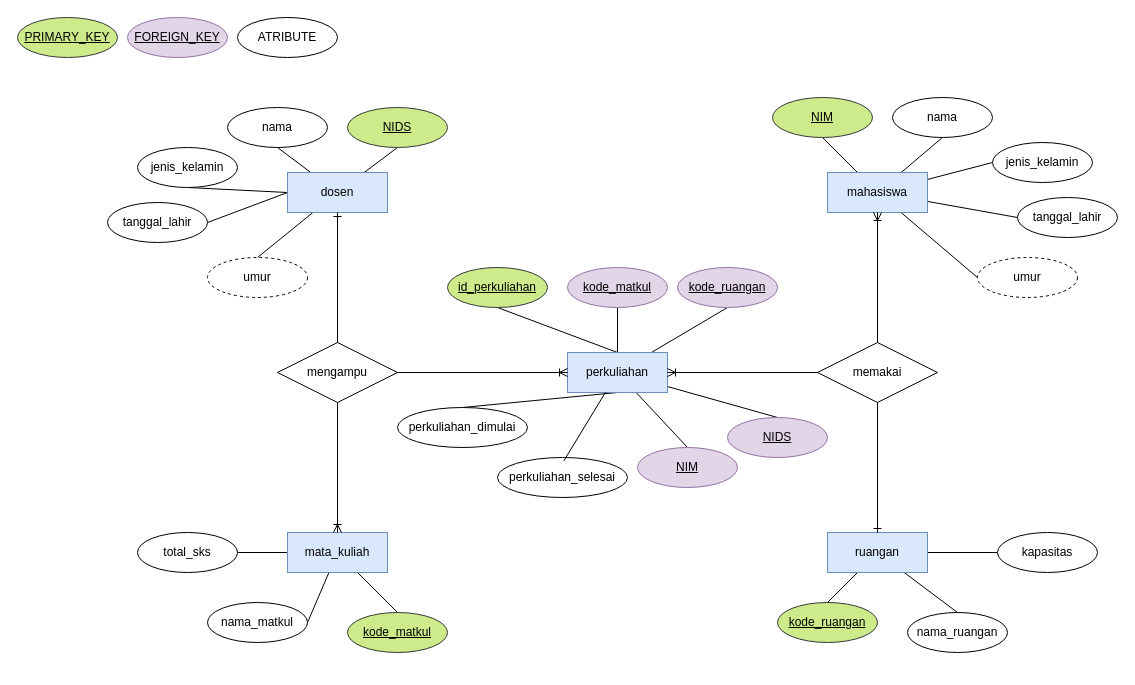
Above: revisi erd perkuliahan.drawio in dhendisyafaa/drawio (draw.io), before the change. Source tidied: cells renumbered, new cells numbered last; positions are measured from the earlier drawing's top-left corner, leaving out a move shared by most shapes. Both pictures are drawn from the tidied source at 100%, with x=0, y=0 at pixel (17, 17).
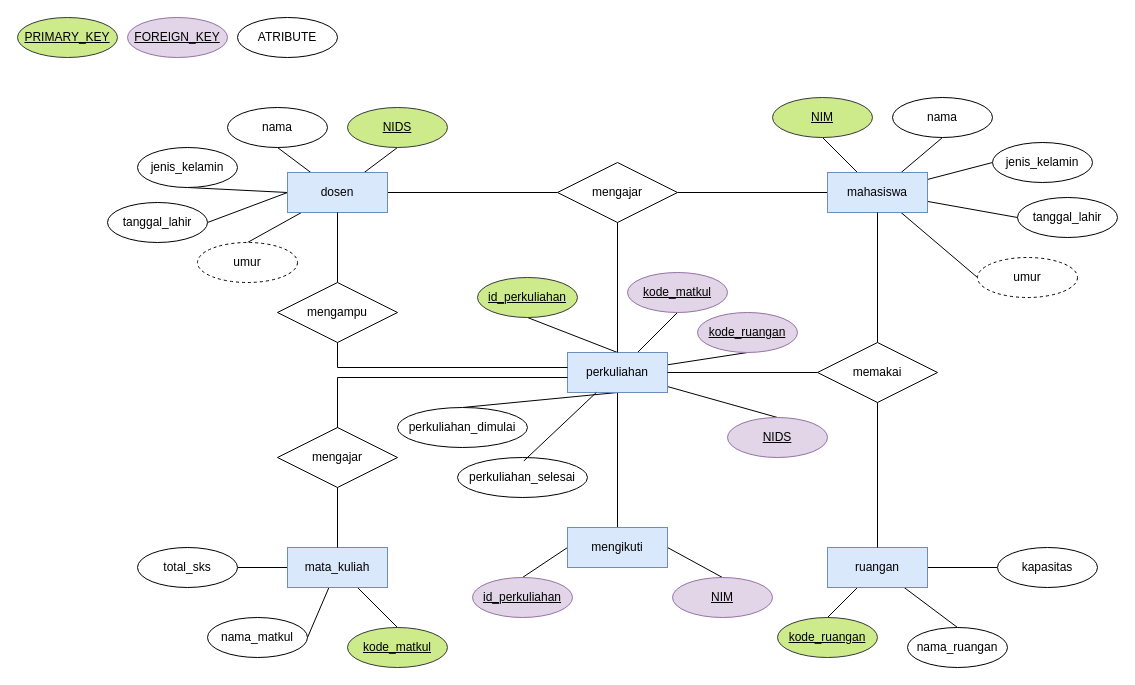
After the change.

The change refers to these unchanged cells:
```xml
<mxCell id="7" value="mahasiswa" style="whiteSpace=wrap;html=1;align=center;fillColor=#dae8fc;strokeColor=#6c8ebf;" parent="1" vertex="1">
  <mxGeometry x="810" y="155" width="100" height="40" as="geometry" />
</mxCell>
<mxCell id="17" value="dosen" style="whiteSpace=wrap;html=1;align=center;fillColor=#dae8fc;strokeColor=#6c8ebf;" parent="1" vertex="1">
  <mxGeometry x="270" y="155" width="100" height="40" as="geometry" />
</mxCell>
<mxCell id="37" value="memakai" style="shape=rhombus;perimeter=rhombusPerimeter;whiteSpace=wrap;html=1;align=center;" parent="1" vertex="1">
  <mxGeometry x="800" y="325" width="120" height="60" as="geometry" />
</mxCell>
<mxCell id="45" value="perkuliahan" style="whiteSpace=wrap;html=1;align=center;fillColor=#dae8fc;strokeColor=#6c8ebf;" parent="1" vertex="1">
  <mxGeometry x="550" y="335" width="100" height="40" as="geometry" />
</mxCell>
```

What changed in the source:
```diff
@@
+    <mxCell id="64" style="edgeStyle=orthogonalEdgeStyle;rounded=0;jettySize=auto;html=1;entryX=1;entryY=0.5;entryDx=0;entryDy=0;endArrow=none;startFill=0;" parent="1" edge="1" source="7" target="68">
+      <mxGeometry relative="1" as="geometry" />
+    </mxCell>
@@
+    <mxCell id="65" style="edgeStyle=orthogonalEdgeStyle;rounded=0;jettySize=auto;html=1;entryX=0;entryY=0.5;entryDx=0;entryDy=0;endArrow=none;startFill=0;" parent="1" edge="1" source="17" target="68">
+      <mxGeometry relative="1" as="geometry" />
+    </mxCell>
@@
     <mxCell id="25" value="mata_kuliah" style="whiteSpace=wrap;html=1;align=center;fillColor=#dae8fc;strokeColor=#6c8ebf;" parent="1" vertex="1">
-      <mxGeometry x="270" y="515" width="100" height="40" as="geometry" />
+      <mxGeometry x="270" y="530" width="100" height="40" as="geometry" />
     </mxCell>
     <mxCell id="26" value="nama_matkul" style="ellipse;whiteSpace=wrap;html=1;align=center;" parent="1" vertex="1">
-      <mxGeometry x="190" y="585" width="100" height="40" as="geometry" />
+      <mxGeometry x="190" y="600" width="100" height="40" as="geometry" />
     </mxCell>
     <mxCell id="27" value="kode_matkul" style="ellipse;whiteSpace=wrap;html=1;align=center;fontStyle=4;fillColor=#cdeb8b;strokeColor=#36393d;" parent="1" vertex="1">
-      <mxGeometry x="330" y="595" width="100" height="40" as="geometry" />
+      <mxGeometry x="330" y="610" width="100" height="40" as="geometry" />
     </mxCell>
     <mxCell id="28" value="total_sks" style="ellipse;whiteSpace=wrap;html=1;align=center;" parent="1" vertex="1">
-      <mxGeometry x="120" y="515" width="100" height="40" as="geometry" />
+      <mxGeometry x="120" y="530" width="100" height="40" as="geometry" />
     </mxCell>
@@
     <mxCell id="32" value="ruangan" style="whiteSpace=wrap;html=1;align=center;fillColor=#dae8fc;strokeColor=#6c8ebf;" parent="1" vertex="1">
-      <mxGeometry x="810" y="515" width="100" height="40" as="geometry" />
+      <mxGeometry x="810" y="530" width="100" height="40" as="geometry" />
     </mxCell>
     <mxCell id="33" value="kode_ruangan" style="ellipse;whiteSpace=wrap;html=1;align=center;fontStyle=4;fillColor=#cdeb8b;strokeColor=#36393d;" parent="1" vertex="1">
-      <mxGeometry x="760" y="585" width="100" height="40" as="geometry" />
+      <mxGeometry x="760" y="600" width="100" height="40" as="geometry" />
     </mxCell>
     <mxCell id="34" value="nama_ruangan" style="ellipse;whiteSpace=wrap;html=1;align=center;" parent="1" vertex="1">
-      <mxGeometry x="890" y="595" width="100" height="40" as="geometry" />
+      <mxGeometry x="890" y="610" width="100" height="40" as="geometry" />
     </mxCell>
     <mxCell id="35" value="kapasitas" style="ellipse;whiteSpace=wrap;html=1;align=center;" parent="1" vertex="1">
-      <mxGeometry x="980" y="515" width="100" height="40" as="geometry" />
+      <mxGeometry x="980" y="530" width="100" height="40" as="geometry" />
     </mxCell>
@@
-    <mxCell id="38" value="mengampu" style="shape=rhombus;perimeter=rhombusPerimeter;whiteSpace=wrap;html=1;align=center;" parent="1" vertex="1">
-      <mxGeometry x="260" y="325" width="120" height="60" as="geometry" />
+    <mxCell id="38" value="mengajar" style="shape=rhombus;perimeter=rhombusPerimeter;whiteSpace=wrap;html=1;align=center;" parent="1" vertex="1">
+      <mxGeometry x="260" y="410" width="120" height="60" as="geometry" />
     </mxCell>
@@
-    <mxCell id="41" style="rounded=0;jettySize=auto;html=1;entryX=0.5;entryY=0;entryDx=0;entryDy=0;endArrow=none;startFill=0;" parent="1" edge="1" source="45" target="48">
+    <mxCell id="41" style="rounded=0;jettySize=auto;html=1;entryX=0.5;entryY=0;entryDx=0;entryDy=0;endArrow=none;startFill=0;exitX=1;exitY=0.5;exitDx=0;exitDy=0;" parent="1" edge="1" source="72" target="48">
       <mxGeometry relative="1" as="geometry" />
     </mxCell>
@@
+    <mxCell id="66" style="edgeStyle=orthogonalEdgeStyle;rounded=0;jettySize=auto;html=1;endArrow=none;startFill=0;" parent="1" edge="1" source="45" target="72">
+      <mxGeometry relative="1" as="geometry" />
+    </mxCell>
@@
     <mxCell id="46" value="id_perkuliahan" style="ellipse;whiteSpace=wrap;html=1;align=center;fontStyle=4;fillColor=#cdeb8b;strokeColor=#36393d;" parent="1" vertex="1">
-      <mxGeometry x="430" y="250" width="100" height="40" as="geometry" />
+      <mxGeometry x="460" y="260" width="100" height="40" as="geometry" />
     </mxCell>
     <mxCell id="47" value="kode_matkul" style="ellipse;whiteSpace=wrap;html=1;align=center;fillColor=#e1d5e7;strokeColor=#9673a6;fontStyle=4;" parent="1" vertex="1">
-      <mxGeometry x="550" y="250" width="100" height="40" as="geometry" />
+      <mxGeometry x="610" y="255" width="100" height="40" as="geometry" />
     </mxCell>
     <mxCell id="48" value="NIM" style="ellipse;whiteSpace=wrap;html=1;align=center;fillColor=#e1d5e7;strokeColor=#9673a6;fontStyle=4;" parent="1" vertex="1">
-      <mxGeometry x="620" y="430" width="100" height="40" as="geometry" />
+      <mxGeometry x="655" y="560" width="100" height="40" as="geometry" />
     </mxCell>
@@
-    <mxCell id="50" style="fontSize=12;html=1;endArrow=ERoneToMany;rounded=0;entryX=0.5;entryY=0;entryDx=0;entryDy=0;exitX=0.5;exitY=1;exitDx=0;exitDy=0;" parent="1" edge="1" source="38" target="25">
+    <mxCell id="50" style="fontSize=12;html=1;endArrow=none;rounded=0;entryX=0.5;entryY=0;entryDx=0;entryDy=0;exitX=0.5;exitY=1;exitDx=0;exitDy=0;startFill=0;" parent="1" edge="1" source="38" target="25">
       <mxGeometry relative="1" as="geometry" />
     </mxCell>
-    <mxCell id="51" style="fontSize=12;html=1;endArrow=ERone;endFill=1;rounded=0;entryX=0.5;entryY=1;entryDx=0;entryDy=0;exitX=0.5;exitY=0;exitDx=0;exitDy=0;" parent="1" edge="1" source="38" target="17">
+    <mxCell id="51" style="fontSize=12;html=1;endArrow=none;endFill=1;rounded=0;entryX=0.5;entryY=1;entryDx=0;entryDy=0;exitX=0.5;exitY=0;exitDx=0;exitDy=0;startFill=0;" parent="1" edge="1" source="70" target="17">
       <mxGeometry relative="1" as="geometry" />
     </mxCell>
-    <mxCell id="52" style="fontSize=12;html=1;endArrow=ERoneToMany;rounded=0;entryX=0.5;entryY=1;entryDx=0;entryDy=0;exitX=0.5;exitY=0;exitDx=0;exitDy=0;" parent="1" edge="1" source="37" target="7">
+    <mxCell id="52" style="fontSize=12;html=1;endArrow=none;rounded=0;entryX=0.5;entryY=1;entryDx=0;entryDy=0;exitX=0.5;exitY=0;exitDx=0;exitDy=0;startFill=0;" parent="1" edge="1" source="37" target="7">
       <mxGeometry relative="1" as="geometry" />
     </mxCell>
-    <mxCell id="53" style="fontSize=12;html=1;endArrow=ERone;endFill=1;rounded=0;entryX=0.5;entryY=0;entryDx=0;entryDy=0;exitX=0.5;exitY=1;exitDx=0;exitDy=0;" parent="1" edge="1" source="37" target="32">
+    <mxCell id="53" style="fontSize=12;html=1;endArrow=none;endFill=1;rounded=0;entryX=0.5;entryY=0;entryDx=0;entryDy=0;exitX=0.5;exitY=1;exitDx=0;exitDy=0;startFill=0;" parent="1" edge="1" source="37" target="32">
       <mxGeometry relative="1" as="geometry" />
     </mxCell>
-    <mxCell id="54" style="fontSize=12;html=1;endArrow=ERoneToMany;rounded=0;entryX=0;entryY=0.5;entryDx=0;entryDy=0;exitX=1;exitY=0.5;exitDx=0;exitDy=0;" parent="1" edge="1" source="38" target="45">
-      <mxGeometry relative="1" as="geometry" />
+    <mxCell id="54" style="fontSize=12;html=1;endArrow=none;rounded=0;exitX=0.5;exitY=0;exitDx=0;exitDy=0;startFill=0;edgeStyle=orthogonalEdgeStyle;" parent="1" edge="1" source="38">
+      <mxGeometry relative="1" as="geometry">
+        <mxPoint x="550" y="360" as="targetPoint" />
+        <Array as="points">
+          <mxPoint x="320" y="360" />
+          <mxPoint x="550" y="360" />
+        </Array>
+      </mxGeometry>
     </mxCell>
-    <mxCell id="55" style="fontSize=12;html=1;endArrow=ERoneToMany;rounded=0;entryX=1;entryY=0.5;entryDx=0;entryDy=0;exitX=0;exitY=0.5;exitDx=0;exitDy=0;" parent="1" edge="1" source="37" target="45">
+    <mxCell id="55" style="fontSize=12;html=1;endArrow=none;rounded=0;entryX=1;entryY=0.5;entryDx=0;entryDy=0;exitX=0;exitY=0.5;exitDx=0;exitDy=0;startFill=0;" parent="1" edge="1" source="37" target="45">
       <mxGeometry relative="1" as="geometry" />
     </mxCell>
     <mxCell id="56" value="umur" style="ellipse;whiteSpace=wrap;html=1;align=center;dashed=1;" parent="1" vertex="1">
-      <mxGeometry x="190" y="240" width="100" height="40" as="geometry" />
+      <mxGeometry x="180" y="225" width="100" height="40" as="geometry" />
     </mxCell>
     <mxCell id="57" value="kode_ruangan" style="ellipse;whiteSpace=wrap;html=1;align=center;fillColor=#e1d5e7;strokeColor=#9673a6;fontStyle=4;" parent="1" vertex="1">
-      <mxGeometry x="660" y="250" width="100" height="40" as="geometry" />
+      <mxGeometry x="680" y="295" width="100" height="40" as="geometry" />
     </mxCell>
@@
     <mxCell id="59" value="perkuliahan_selesai" style="ellipse;whiteSpace=wrap;html=1;align=center;" parent="1" vertex="1">
-      <mxGeometry x="480" y="440" width="130" height="40" as="geometry" />
+      <mxGeometry x="440" y="440" width="130" height="40" as="geometry" />
     </mxCell>
@@
+    <mxCell id="67" style="edgeStyle=orthogonalEdgeStyle;rounded=0;jettySize=auto;html=1;entryX=0.5;entryY=0;entryDx=0;entryDy=0;endArrow=none;startFill=0;" parent="1" edge="1" source="68" target="45">
+      <mxGeometry relative="1" as="geometry" />
+    </mxCell>
+    <mxCell id="68" value="mengajar" style="shape=rhombus;perimeter=rhombusPerimeter;whiteSpace=wrap;html=1;align=center;" parent="1" vertex="1">
+      <mxGeometry x="540" y="145" width="120" height="60" as="geometry" />
+    </mxCell>
+    <mxCell id="69" style="edgeStyle=orthogonalEdgeStyle;rounded=0;jettySize=auto;html=1;entryX=0;entryY=0.375;entryDx=0;entryDy=0;exitX=0.5;exitY=1;exitDx=0;exitDy=0;endArrow=none;startFill=0;entryPerimeter=0;" parent="1" edge="1" source="70" target="45">
+      <mxGeometry relative="1" as="geometry">
+        <Array as="points">
+          <mxPoint x="320" y="350" />
+        </Array>
+      </mxGeometry>
+    </mxCell>
+    <mxCell id="70" value="mengampu" style="shape=rhombus;perimeter=rhombusPerimeter;whiteSpace=wrap;html=1;align=center;" parent="1" vertex="1">
+      <mxGeometry x="260" y="265" width="120" height="60" as="geometry" />
+    </mxCell>
+    <mxCell id="71" style="rounded=0;jettySize=auto;html=1;entryX=0.5;entryY=0;entryDx=0;entryDy=0;endArrow=none;startFill=0;exitX=0;exitY=0.5;exitDx=0;exitDy=0;" parent="1" edge="1" source="72" target="73">
+      <mxGeometry relative="1" as="geometry" />
+    </mxCell>
+    <mxCell id="72" value="mengikuti" style="whiteSpace=wrap;html=1;align=center;fillColor=#dae8fc;strokeColor=#6c8ebf;" parent="1" vertex="1">
+      <mxGeometry x="550" y="510" width="100" height="40" as="geometry" />
+    </mxCell>
+    <mxCell id="73" value="id_perkuliahan" style="ellipse;whiteSpace=wrap;html=1;align=center;fontStyle=4;fillColor=#e1d5e7;strokeColor=#9673a6;" parent="1" vertex="1">
+      <mxGeometry x="455" y="560" width="100" height="40" as="geometry" />
+    </mxCell>
```
